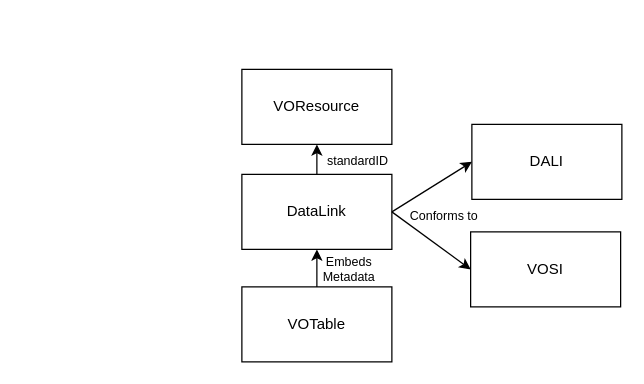
JeremyMcCormick/diagrams keeps this draw.io diagram as ivoa.drawio. Above is the earlier version. Source tidied: cells renumbered, new cells numbered last; positions are measured from the earlier drawing's top-left corner, leaving out a move shared by most shapes. Both pictures are drawn from the tidied source at 125%, with x=0, y=0 at pixel (241, 69).
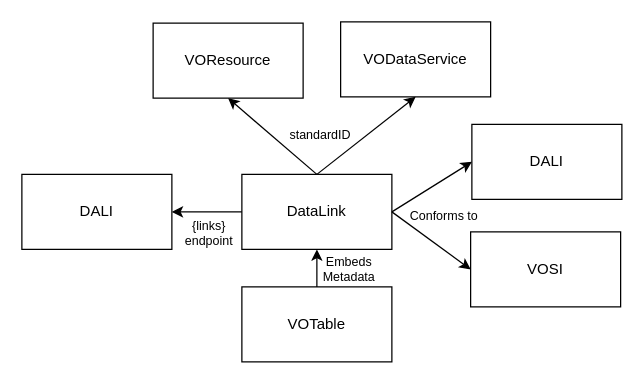
Above is the later version.

The edit, as a diff of the source:
```diff
@@
 <mxGraphModel>
   <root>
     <mxCell id="0" />
     <mxCell id="1" parent="0" />
     <mxCell id="2" value="VOTable" style="rounded=0;whiteSpace=wrap;html=1;" parent="1" vertex="1">
       <mxGeometry y="174" width="120" height="60" as="geometry" />
     </mxCell>
     <mxCell id="3" value="DataLink" style="rounded=0;whiteSpace=wrap;html=1;" parent="1" vertex="1">
       <mxGeometry y="84" width="120" height="60" as="geometry" />
     </mxCell>
     <mxCell id="4" style="endArrow=classic;html=1;rounded=0;entryX=0.5;entryY=1;entryDx=0;entryDy=0;exitX=0.5;exitY=0;exitDx=0;exitDy=0;" parent="1" edge="1" source="2" target="3">
       <mxGeometry relative="1" as="geometry" />
     </mxCell>
     <mxCell id="5" value="Embeds Metadata" style="text;strokeColor=none;align=center;fillColor=none;html=1;verticalAlign=middle;whiteSpace=wrap;rounded=0;fontSize=10;" parent="1" vertex="1">
       <mxGeometry x="56" y="145" width="60" height="30" as="geometry" />
     </mxCell>
     <mxCell id="6" value="VOSI" style="rounded=0;whiteSpace=wrap;html=1;" parent="1" vertex="1">
       <mxGeometry x="183" y="130" width="120" height="60" as="geometry" />
     </mxCell>
     <mxCell id="7" value="DALI" style="rounded=0;whiteSpace=wrap;html=1;" parent="1" vertex="1">
       <mxGeometry x="184" y="44" width="120" height="60" as="geometry" />
     </mxCell>
     <mxCell id="8" style="endArrow=classic;html=1;rounded=0;exitX=1;exitY=0.5;exitDx=0;exitDy=0;entryX=0;entryY=0.5;entryDx=0;entryDy=0;" parent="1" edge="1" source="3" target="7">
       <mxGeometry relative="1" as="geometry" />
     </mxCell>
     <mxCell id="9" style="endArrow=classic;html=1;rounded=0;entryX=0;entryY=0.5;entryDx=0;entryDy=0;" parent="1" edge="1" target="6">
       <mxGeometry relative="1" as="geometry">
         <mxPoint x="120" y="114" as="sourcePoint" />
       </mxGeometry>
     </mxCell>
     <mxCell id="10" value="Conforms to" style="text;strokeColor=none;align=center;fillColor=none;html=1;verticalAlign=middle;whiteSpace=wrap;rounded=0;fontSize=10;" parent="1" vertex="1">
       <mxGeometry x="132" y="102" width="60" height="30" as="geometry" />
     </mxCell>
     <mxCell id="11" value="VOResource" style="rounded=0;whiteSpace=wrap;html=1;" parent="1" vertex="1">
-      <mxGeometry width="120" height="60" as="geometry" />
+      <mxGeometry x="-71" y="-37" width="120" height="60" as="geometry" />
     </mxCell>
     <mxCell id="12" style="endArrow=classic;html=1;rounded=0;entryX=0.5;entryY=1;entryDx=0;entryDy=0;exitX=0.5;exitY=0;exitDx=0;exitDy=0;" parent="1" edge="1" source="3" target="11">
       <mxGeometry relative="1" as="geometry" />
     </mxCell>
     <mxCell id="13" value="standardID" style="text;strokeColor=none;align=center;fillColor=none;html=1;verticalAlign=middle;whiteSpace=wrap;rounded=0;fontSize=10;" parent="1" vertex="1">
-      <mxGeometry x="63" y="58" width="60" height="30" as="geometry" />
+      <mxGeometry x="33" y="37" width="60" height="30" as="geometry" />
     </mxCell>
+    <mxCell id="14" value="VODataService" style="rounded=0;whiteSpace=wrap;html=1;" parent="1" vertex="1">
+      <mxGeometry x="79" y="-38" width="120" height="60" as="geometry" />
+    </mxCell>
+    <mxCell id="15" style="endArrow=classic;html=1;rounded=0;exitX=0.5;exitY=0;exitDx=0;exitDy=0;entryX=0.5;entryY=1;entryDx=0;entryDy=0;" parent="1" edge="1" source="3" target="14">
+      <mxGeometry relative="1" as="geometry" />
+    </mxCell>
+    <mxCell id="16" value="DALI" style="rounded=0;whiteSpace=wrap;html=1;" parent="1" vertex="1">
+      <mxGeometry x="-176" y="84" width="120" height="60" as="geometry" />
+    </mxCell>
+    <mxCell id="17" style="endArrow=classic;html=1;rounded=0;exitX=0;exitY=0.5;exitDx=0;exitDy=0;entryX=1;entryY=0.5;entryDx=0;entryDy=0;" parent="1" edge="1" source="3" target="16">
+      <mxGeometry relative="1" as="geometry" />
+    </mxCell>
+    <mxCell id="18" value="{links}&lt;div&gt;endpoint&lt;/div&gt;" style="text;strokeColor=none;align=center;fillColor=none;html=1;verticalAlign=middle;whiteSpace=wrap;rounded=0;fontSize=10;" parent="1" vertex="1">
+      <mxGeometry x="-56" y="116" width="60" height="30" as="geometry" />
+    </mxCell>
   </root>
 </mxGraphModel>
```
